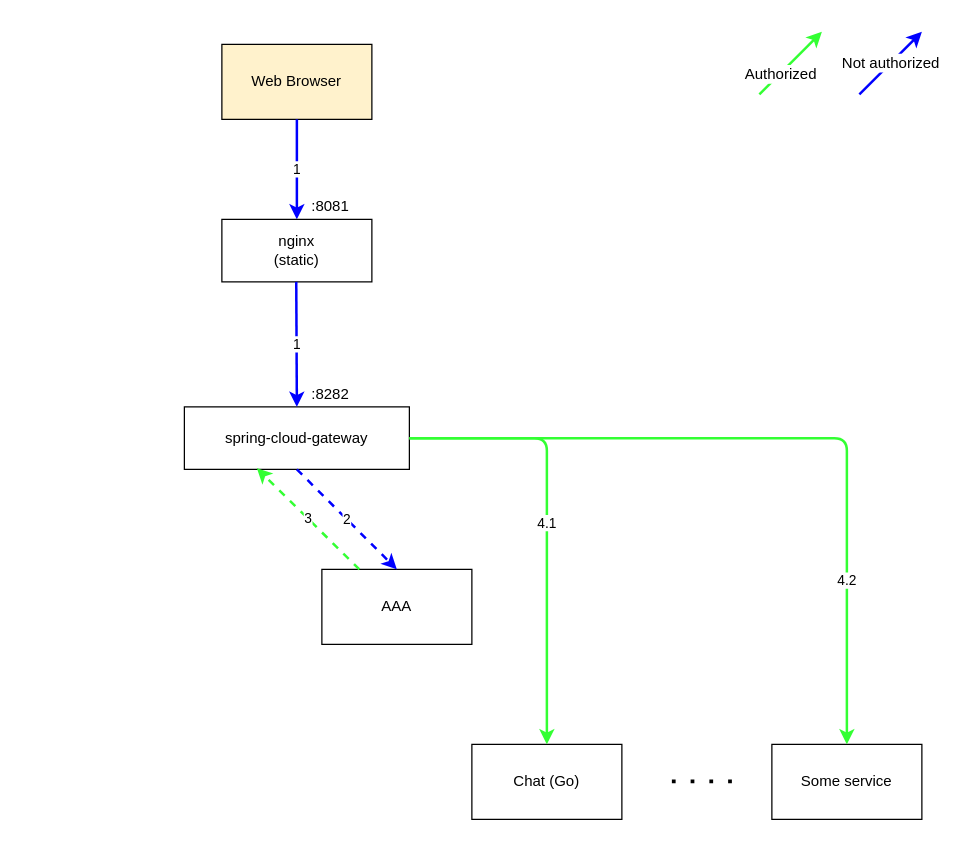
Earlier version of the draw.io diagram .markdown/auth.drawio (nkonev/videochat). Source tidied: cells renumbered, new cells numbered last; positions are measured from the earlier drawing's top-left corner, leaving out a move shared by most shapes. Both pictures are drawn from the tidied source at 125%, with x=0, y=0 at pixel (184, 31).
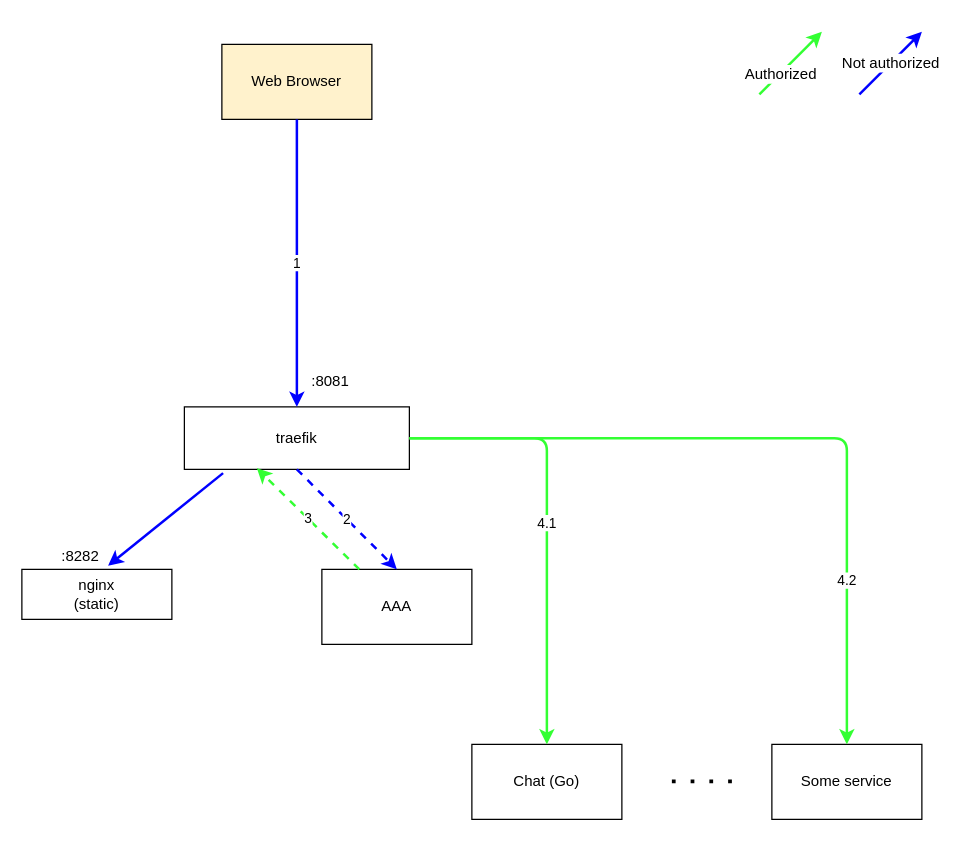
The same diagram, later.

Commit message (it also covers changes not shown here):
create global centrifuge, centrifugeSessionId and change draw.io diagram

Unchanged cells that the change refers to:
```xml
<mxCell id="2" value="Web Browser" style="rounded=0;whiteSpace=wrap;html=1;fillColor=#FFF2CC;" parent="1" vertex="1">
  <mxGeometry x="30" y="10" width="120" height="60" as="geometry" />
</mxCell>
```

Diff of the diagram source:
```diff
@@
-    <mxCell id="6" value="1" style="edgeStyle=orthogonalEdgeStyle;rounded=0;jettySize=auto;html=1;exitX=0.5;exitY=1;exitDx=0;exitDy=0;strokeWidth=2;strokeColor=#0000FF;" parent="1" edge="1" source="2" target="17">
-      <mxGeometry relative="1" as="geometry">
-        <Array as="points">
-          <mxPoint x="90" y="150" />
-          <mxPoint x="90" y="150" />
-        </Array>
-      </mxGeometry>
-    </mxCell>
-    <mxCell id="7" value="&lt;div&gt;spring-cloud-gateway&lt;/div&gt;" style="rounded=0;whiteSpace=wrap;html=1;fillColor=#FFFFFF;" parent="1" vertex="1">
+    <mxCell id="7" value="&lt;div&gt;traefik&lt;/div&gt;" style="rounded=0;whiteSpace=wrap;html=1;fillColor=#FFFFFF;" parent="1" vertex="1">
       <mxGeometry y="300" width="180" height="50" as="geometry" />
     </mxCell>
     <mxCell id="8" value=":8282" style="text;html=1;align=left;verticalAlign=top;spacingTop=-4;" parent="1" vertex="1">
-      <mxGeometry x="100" y="280" width="50" height="20" as="geometry" />
+      <mxGeometry x="-100" y="410" width="50" height="20" as="geometry" />
     </mxCell>
@@
     <mxCell id="17" value="&lt;div&gt;nginx&lt;/div&gt;&lt;div&gt;(static)&lt;br&gt;&lt;/div&gt;" style="rounded=0;whiteSpace=wrap;html=1;fillColor=#FFFFFF;" parent="1" vertex="1">
-      <mxGeometry x="30" y="150" width="120" height="50" as="geometry" />
+      <mxGeometry x="-130" y="430" width="120" height="40" as="geometry" />
     </mxCell>
-    <mxCell id="18" value="1" style="edgeStyle=orthogonalEdgeStyle;rounded=0;jettySize=auto;html=1;exitX=0.5;exitY=1;exitDx=0;exitDy=0;strokeWidth=2;strokeColor=#0000FF;entryX=0.5;entryY=0;entryDx=0;entryDy=0;" parent="1" edge="1" target="7">
-      <mxGeometry relative="1" as="geometry">
-        <mxPoint x="89.5" y="200" as="sourcePoint" />
-      </mxGeometry>
+    <mxCell id="18" value="1" style="edgeStyle=orthogonalEdgeStyle;rounded=0;jettySize=auto;html=1;exitX=0.5;exitY=1;exitDx=0;exitDy=0;strokeWidth=2;strokeColor=#0000FF;entryX=0.5;entryY=0;entryDx=0;entryDy=0;" parent="1" edge="1" source="2" target="7">
+      <mxGeometry relative="1" as="geometry" />
     </mxCell>
     <mxCell id="19" value="&lt;div&gt;:8081&lt;/div&gt;" style="text;html=1;align=left;verticalAlign=top;spacingTop=-4;" parent="1" vertex="1">
-      <mxGeometry x="100" y="130" width="50" height="20" as="geometry" />
+      <mxGeometry x="100" y="270" width="50" height="20" as="geometry" />
     </mxCell>
+    <mxCell id="20" style="endArrow=classic;html=1;strokeColor=#0000FF;strokeWidth=2;fontColor=#000000;fontSize=12;exitX=0.172;exitY=1.06;exitDx=0;exitDy=0;exitPerimeter=0;entryX=0.575;entryY=-0.075;entryDx=0;entryDy=0;entryPerimeter=0;" parent="1" edge="1" source="7" target="17">
+      <mxGeometry x="1" y="50" relative="1" as="geometry">
+        <mxPoint x="5" y="-4" as="offset" />
+      </mxGeometry>
+    </mxCell>
```
